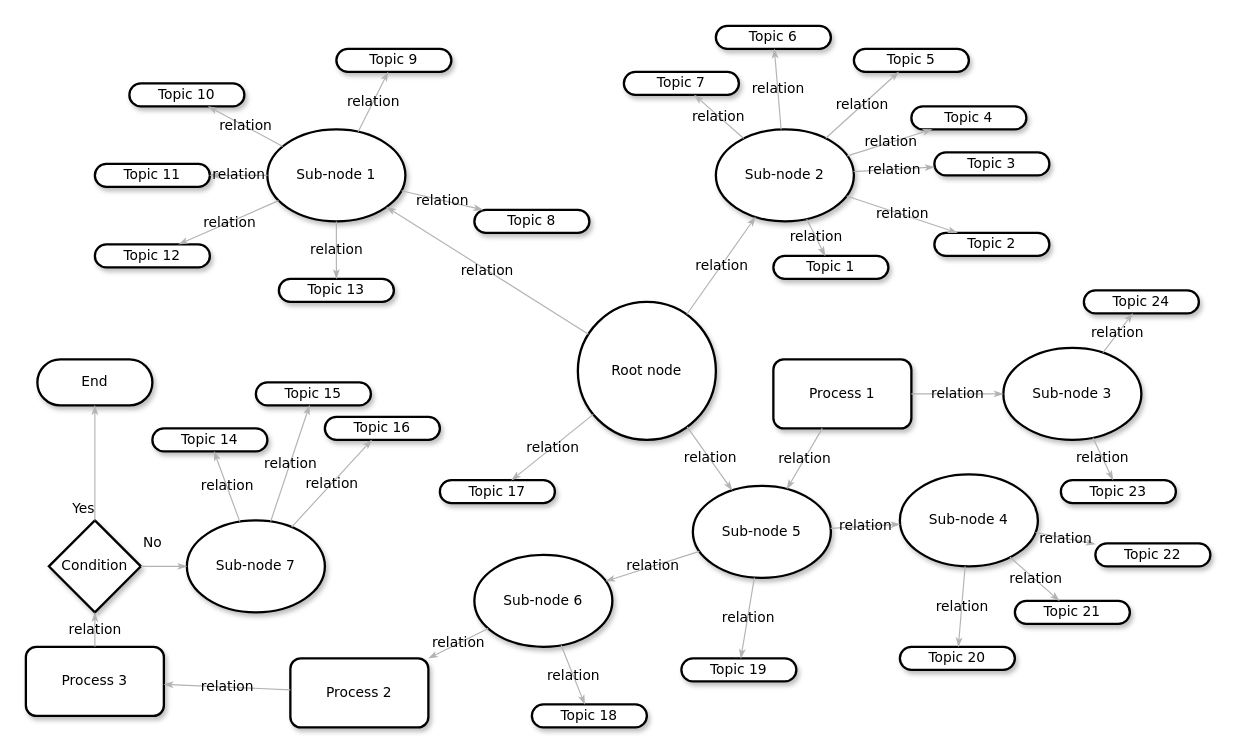
This is mental_map_worldbuilding.drawio from aixairupe/DiagramasRPG, a draw.io file, before an edit. Source tidied: cells renumbered, new cells numbered last; positions are measured from the earlier drawing's top-left corner, leaving out a move shared by most shapes. Both pictures are drawn from the tidied source at 115%, with x=0, y=0 at pixel (25, 25).
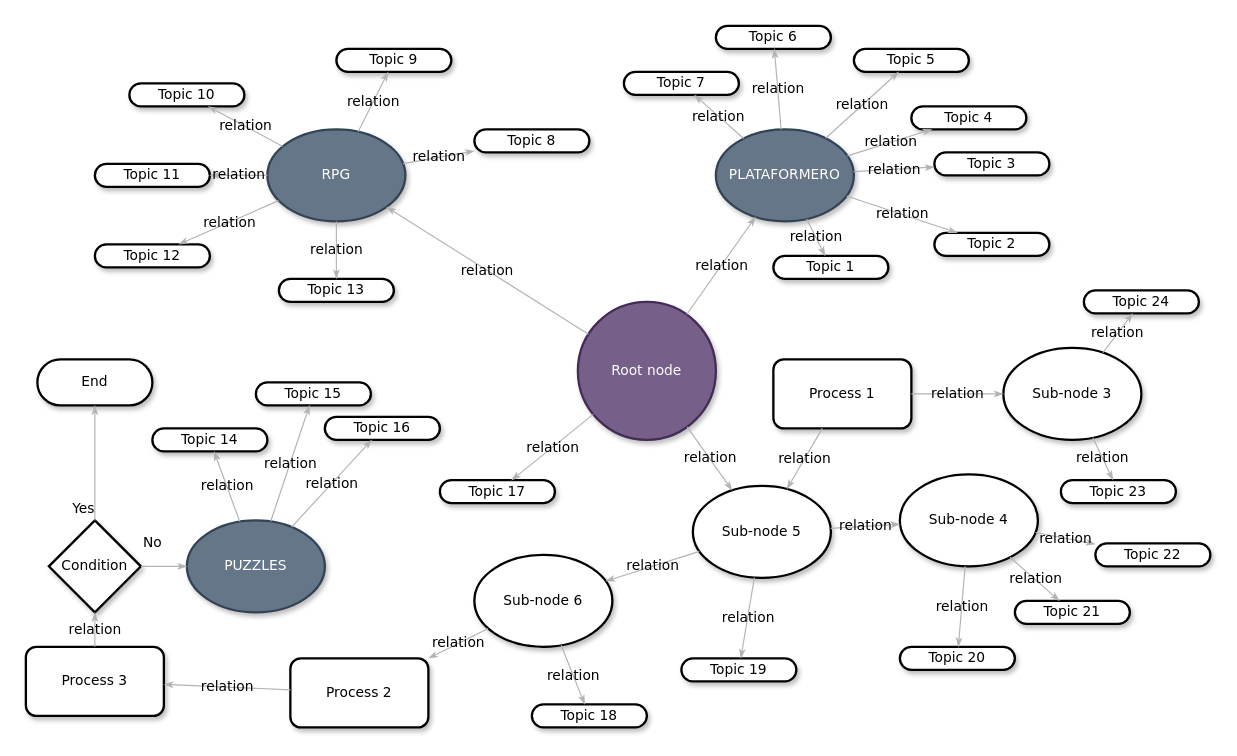
Above is the later version.

Diff of the diagram source:
```diff
@@
-    <mxCell id="3" value="Sub-node 1" style="ellipse;whiteSpace=wrap;html=1;rounded=1;shadow=1;comic=0;labelBackgroundColor=none;strokeWidth=2;fontFamily=Verdana;fontSize=12;align=center;" parent="1" vertex="1">
+    <mxCell id="3" value="RPG" style="ellipse;whiteSpace=wrap;html=1;rounded=1;shadow=1;comic=0;labelBackgroundColor=none;strokeWidth=2;fontFamily=Verdana;fontSize=12;align=center;fillColor=#647687;fontColor=#ffffff;strokeColor=#314354;" parent="1" vertex="1">
       <mxGeometry x="210" y="90" width="120" height="80" as="geometry" />
     </mxCell>
-    <mxCell id="4" value="&lt;span&gt;Sub-node 2&lt;/span&gt;" style="ellipse;whiteSpace=wrap;html=1;rounded=1;shadow=1;comic=0;labelBackgroundColor=none;strokeWidth=2;fontFamily=Verdana;fontSize=12;align=center;" parent="1" vertex="1">
+    <mxCell id="4" value="PLATAFORMERO" style="ellipse;whiteSpace=wrap;html=1;rounded=1;shadow=1;comic=0;labelBackgroundColor=none;strokeWidth=2;fontFamily=Verdana;fontSize=12;align=center;fillColor=#647687;fontColor=#ffffff;strokeColor=#314354;" parent="1" vertex="1">
       <mxGeometry x="600" y="90" width="120" height="80" as="geometry" />
     </mxCell>
-    <mxCell id="5" value="Root node" style="ellipse;whiteSpace=wrap;html=1;rounded=1;shadow=1;comic=0;labelBackgroundColor=none;strokeWidth=2;fontFamily=Verdana;fontSize=12;align=center;" parent="1" vertex="1">
+    <mxCell id="5" value="Root node" style="ellipse;whiteSpace=wrap;html=1;rounded=1;shadow=1;comic=0;labelBackgroundColor=none;strokeWidth=2;fontFamily=Verdana;fontSize=12;align=center;fillColor=#76608a;strokeColor=#432D57;fontColor=#ffffff;" parent="1" vertex="1">
       <mxGeometry x="480" y="240" width="120" height="120" as="geometry" />
     </mxCell>
@@
     <mxCell id="53" value="&lt;span&gt;Topic 8&lt;/span&gt;" style="whiteSpace=wrap;html=1;rounded=1;shadow=1;comic=0;labelBackgroundColor=none;strokeWidth=2;fontFamily=Verdana;fontSize=12;align=center;arcSize=50;" parent="1" vertex="1">
-      <mxGeometry x="390" y="160" width="100" height="20" as="geometry" />
+      <mxGeometry x="390" y="90" width="100" height="20" as="geometry" />
     </mxCell>
@@
-    <mxCell id="64" value="&lt;span&gt;Sub-node 7&lt;/span&gt;" style="ellipse;whiteSpace=wrap;html=1;rounded=1;shadow=1;comic=0;labelBackgroundColor=none;strokeWidth=2;fontFamily=Verdana;fontSize=12;align=center;" parent="1" vertex="1">
+    <mxCell id="64" value="PUZZLES" style="ellipse;whiteSpace=wrap;html=1;rounded=1;shadow=1;comic=0;labelBackgroundColor=none;strokeWidth=2;fontFamily=Verdana;fontSize=12;align=center;fillColor=#647687;fontColor=#ffffff;strokeColor=#314354;" parent="1" vertex="1">
       <mxGeometry x="140" y="430" width="120" height="80" as="geometry" />
     </mxCell>
```
